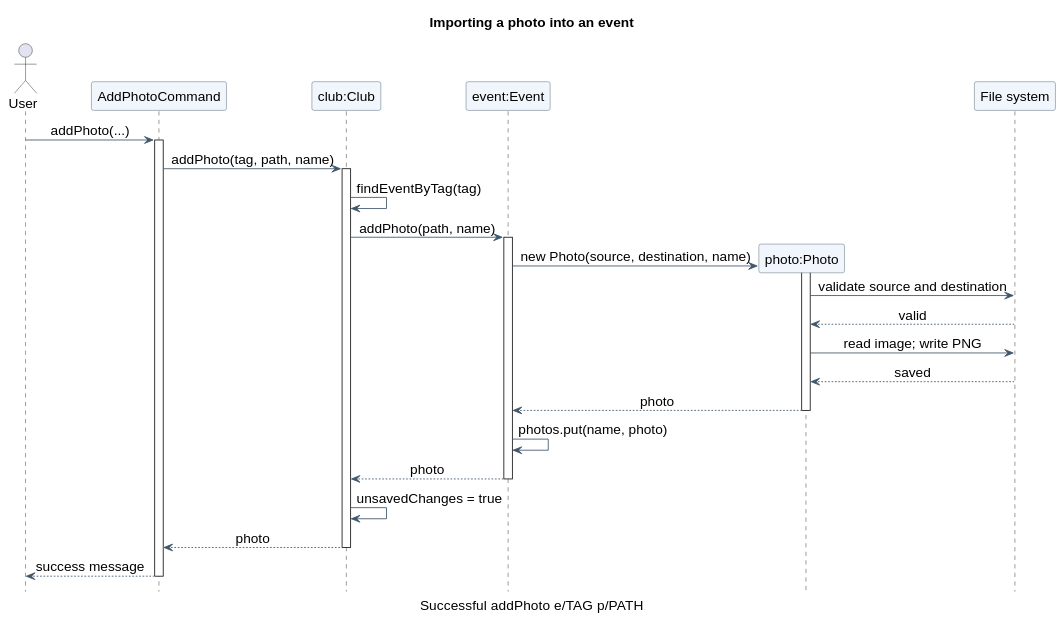
Before: docs/diagrams/photos/PhotoImportSequence.svg, a diagram exported from PlantUML (77chenchen/tp).
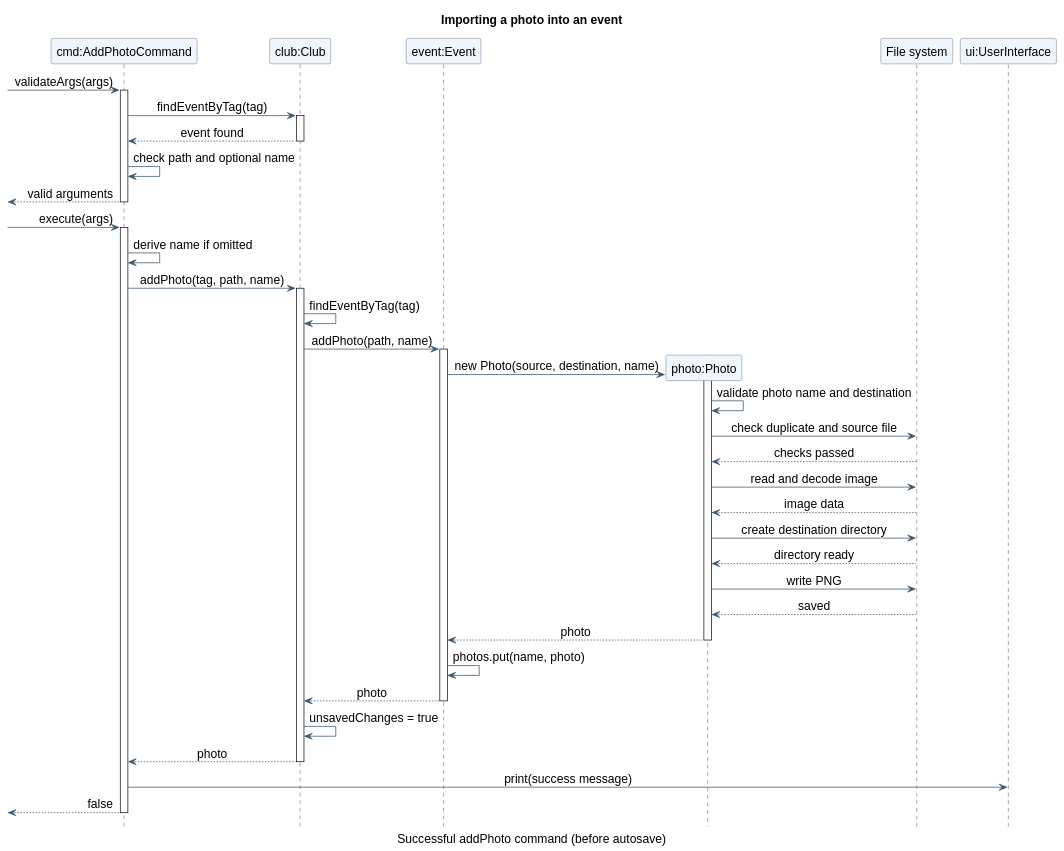
Above is the later version.

Commit message:
Update DG with diagrams feedback

Diff of the diagram source:
```diff
@@ -2,7 +2,7 @@
 !include ../shared/UmlStyle.iuml
 scale max 760 width
 title Importing a photo into an event
-caption Successful addPhoto e/TAG p/PATH
+caption Successful addPhoto command (before autosave)
 skinparam shadowing false
 skinparam sequenceMessageAlign center
 skinparam ParticipantBackgroundColor #F1F6FC
@@ -10,35 +10,54 @@
 skinparam ArrowColor #40566B
 hide footbox
 
-actor User
-participant "AddPhotoCommand" as Command
+participant "cmd:AddPhotoCommand" as Command
 participant "club:Club" as Club
 participant "event:Event" as Event
 participant "photo:Photo" as Photo
 participant "File system" as FS
+participant "ui:UserInterface" as UI
 
-User -> Command : addPhoto(...)
+[-> Command : validateArgs(args)
 activate Command
+Command -> Club : findEventByTag(tag)
+activate Club
+Club --> Command : event found
+deactivate Club
+Command -> Command : check path and optional name
+[<-- Command : valid arguments
+deactivate Command
+
+[-> Command : execute(args)
+activate Command
+Command -> Command : derive name if omitted
 Command -> Club : addPhoto(tag, path, name)
 activate Club
 Club -> Club : findEventByTag(tag)
 Club -> Event : addPhoto(path, name)
 activate Event
+
 create Photo
 Event -> Photo : new Photo(source, destination, name)
 activate Photo
-Photo -> FS : validate source and destination
-FS --> Photo : valid
-Photo -> FS : read image; write PNG
+Photo -> Photo : validate photo name and destination
+Photo -> FS : check duplicate and source file
+FS --> Photo : checks passed
+Photo -> FS : read and decode image
+FS --> Photo : image data
+Photo -> FS : create destination directory
+FS --> Photo : directory ready
+Photo -> FS : write PNG
 FS --> Photo : saved
 Photo --> Event : photo
 deactivate Photo
+
 Event -> Event : photos.put(name, photo)
 Event --> Club : photo
 deactivate Event
 Club -> Club : unsavedChanges = true
 Club --> Command : photo
 deactivate Club
-Command --> User : success message
+Command -> UI : print(success message)
+[<-- Command : false
 deactivate Command
 @enduml
```
